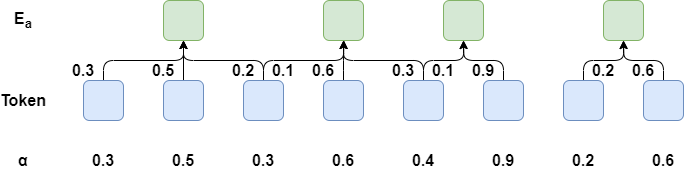
The draw.io diagram UBC-CSC/cif.png in TuuSiwei/paper_image, before a commit. Source tidied: cells renumbered, new cells last; positions are measured from the earlier drawing's top-left corner, leaving out a move shared by most shapes.
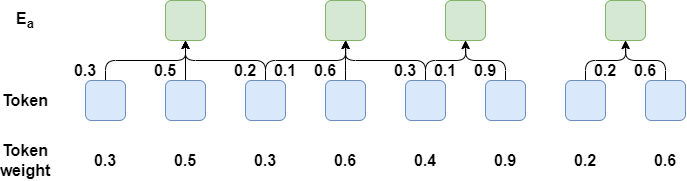
After the commit.

What changed in the source:
```diff
@@ -2,9 +2,6 @@
   <root>
     <mxCell id="0" />
     <mxCell id="1" parent="0" />
-    <mxCell id="2" value="&lt;b style=&quot;&quot;&gt;&lt;font style=&quot;font-size: 16px;&quot;&gt;α&lt;/font&gt;&lt;/b&gt;" style="text;html=1;align=center;verticalAlign=middle;whiteSpace=wrap;rounded=0;" parent="1" vertex="1">
-      <mxGeometry y="140" width="40" height="40" as="geometry" />
-    </mxCell>
     <mxCell id="3" value="&lt;b style=&quot;&quot;&gt;&lt;font style=&quot;font-size: 16px;&quot;&gt;Token&lt;/font&gt;&lt;/b&gt;" style="text;html=1;align=center;verticalAlign=middle;whiteSpace=wrap;rounded=0;" parent="1" vertex="1">
       <mxGeometry y="80" width="40" height="40" as="geometry" />
     </mxCell>
@@ -137,5 +134,8 @@
     <mxCell id="44" value="&lt;b style=&quot;&quot;&gt;&lt;font style=&quot;font-size: 16px;&quot;&gt;0.6&lt;/font&gt;&lt;/b&gt;" style="text;html=1;align=center;verticalAlign=middle;whiteSpace=wrap;rounded=0;" parent="1" vertex="1">
       <mxGeometry x="620" y="50" width="40" height="40" as="geometry" />
     </mxCell>
+    <mxCell id="45" value="&lt;b style=&quot;&quot;&gt;&lt;font style=&quot;font-size: 16px;&quot;&gt;Token weight&lt;/font&gt;&lt;/b&gt;" style="text;html=1;align=center;verticalAlign=middle;whiteSpace=wrap;rounded=0;" parent="1" vertex="1">
+      <mxGeometry x="-5" y="140" width="50" height="40" as="geometry" />
+    </mxCell>
   </root>
 </mxGraphModel>
```
